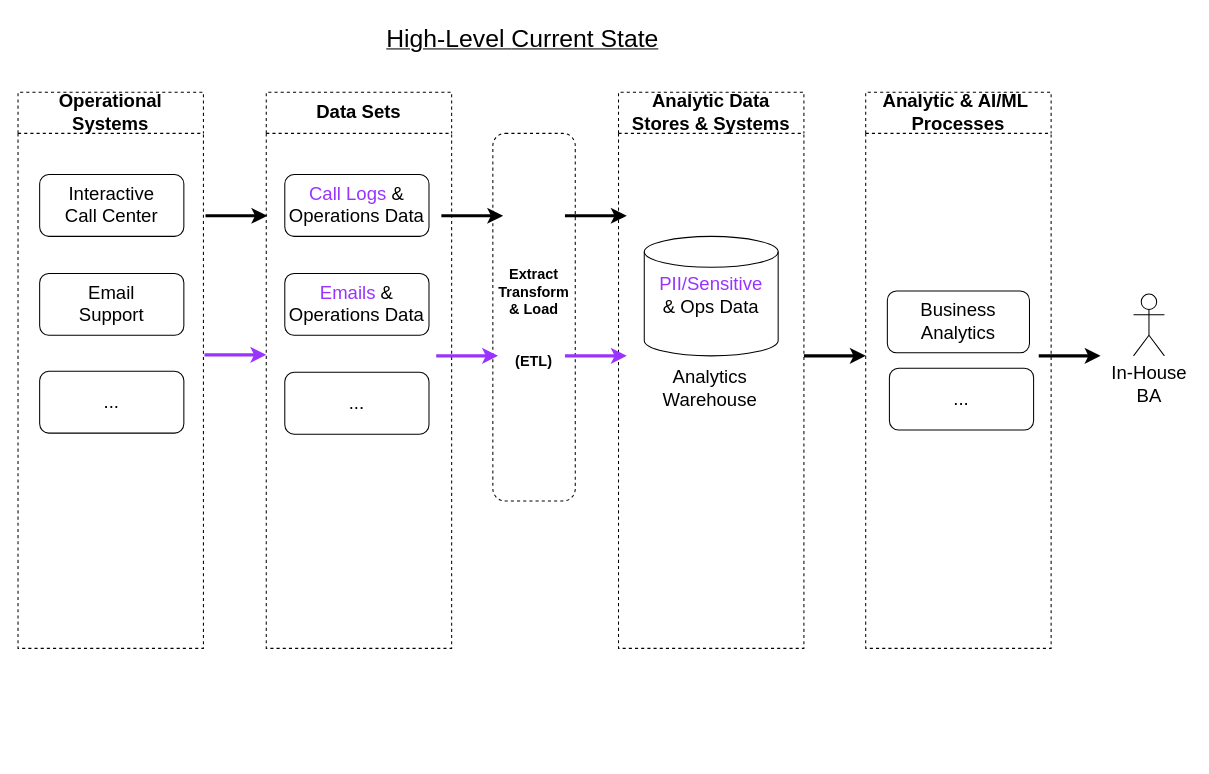
This is page "Current State" (3 of 7) of AB2 - 2022-12-04-v1.drawio from fotoby/ab3, a draw.io file, before an edit. Source tidied: cells renumbered, new cells numbered last; positions are measured from the earlier drawing's top-left corner, leaving out a move shared by most shapes. Both pictures are drawn from the tidied source at 103%, with x=0, y=0 at pixel (18, 18).
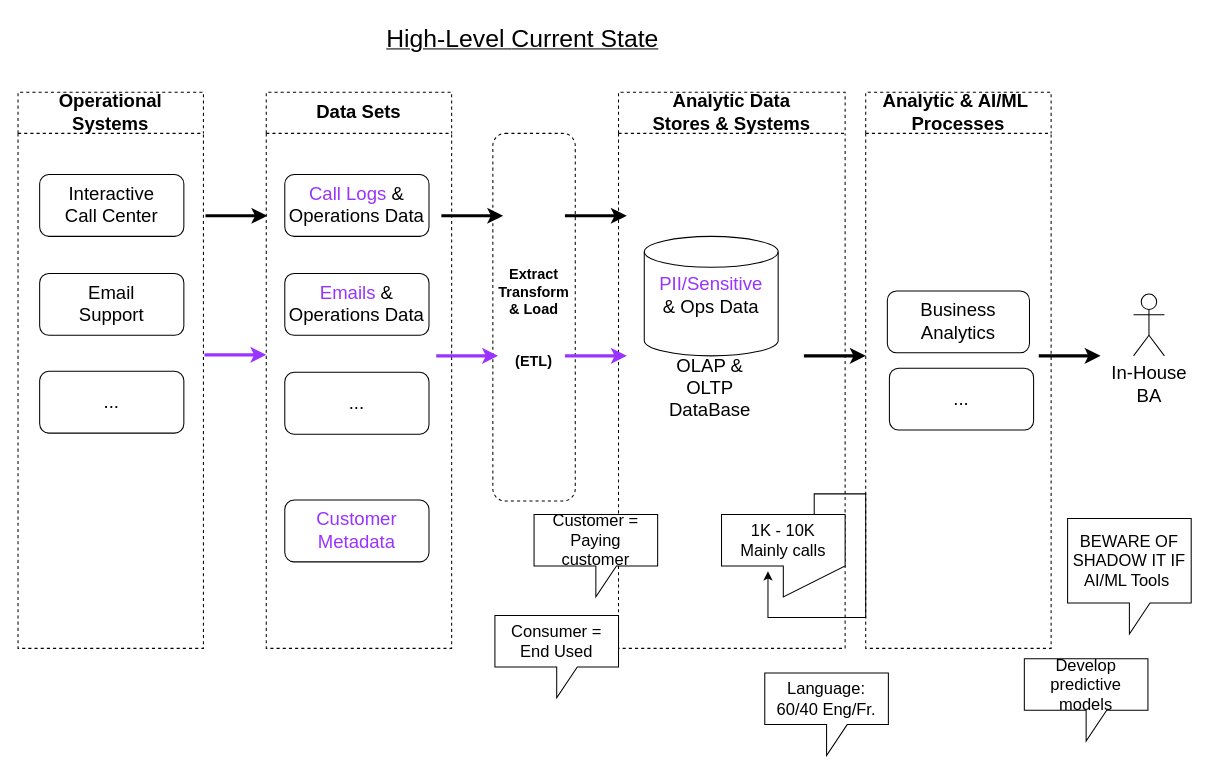
The same diagram, later.

The change refers to these unchanged cells:
```xml
<mxCell id="11" value="Data Sets" style="swimlane;whiteSpace=wrap;html=1;shadow=0;strokeColor=default;fontSize=18;startSize=40;dashed=1;" parent="1" vertex="1">
  <mxGeometry x="241" y="72" width="180" height="540" as="geometry" />
</mxCell>
```

What changed in the source:
```diff
@@
     <mxCell id="6" value="Analytic Data &lt;br&gt;Stores &amp;amp; Systems" style="swimlane;whiteSpace=wrap;html=1;shadow=0;strokeColor=default;fontSize=18;startSize=40;dashed=1;" parent="1" vertex="1">
-      <mxGeometry x="583" y="72" width="180" height="540" as="geometry" />
+      <mxGeometry x="583" y="72" width="220" height="540" as="geometry" />
     </mxCell>
@@
+    <mxCell id="29" value="1K - 10K&lt;br&gt;Mainly calls" style="shape=callout;whiteSpace=wrap;html=1;perimeter=calloutPerimeter;fontSize=16;base=120;" parent="6" vertex="1">
+      <mxGeometry x="100" y="410" width="120" height="80" as="geometry" />
+    </mxCell>
+    <mxCell id="30" style="edgeStyle=orthogonalEdgeStyle;rounded=0;orthogonalLoop=1;jettySize=auto;html=1;exitX=0.75;exitY=0;exitDx=0;exitDy=0;exitPerimeter=0;entryX=0.376;entryY=0.69;entryDx=0;entryDy=0;entryPerimeter=0;fontSize=16;" parent="6" edge="1" source="29" target="29">
+      <mxGeometry relative="1" as="geometry" />
+    </mxCell>
@@
+    <mxCell id="31" value="&lt;font color=&quot;#9933ff&quot;&gt;Customer Metadata&lt;/font&gt;" style="rounded=1;whiteSpace=wrap;html=1;shadow=0;strokeColor=default;fontSize=18;" parent="11" vertex="1">
+      <mxGeometry x="18" y="396" width="140" height="60" as="geometry" />
+    </mxCell>
@@
-    <mxCell id="18" value="Analytics&lt;br&gt;Warehouse" style="text;html=1;strokeColor=none;fillColor=none;align=center;verticalAlign=middle;whiteSpace=wrap;rounded=0;shadow=0;labelBorderColor=none;fontSize=18;fontColor=#000000;" parent="1" vertex="1">
+    <mxCell id="18" value="OLAP &amp;amp; OLTP DataBase" style="text;html=1;strokeColor=none;fillColor=none;align=center;verticalAlign=middle;whiteSpace=wrap;rounded=0;shadow=0;labelBorderColor=none;fontSize=18;fontColor=#000000;" parent="1" vertex="1">
       <mxGeometry x="642" y="345" width="60" height="30" as="geometry" />
     </mxCell>
@@
+    <mxCell id="32" value="Customer = Paying customer" style="shape=callout;whiteSpace=wrap;html=1;perimeter=calloutPerimeter;fontSize=16;" parent="1" vertex="1">
+      <mxGeometry x="501" y="482" width="120" height="80" as="geometry" />
+    </mxCell>
+    <mxCell id="33" value="Consumer = End Used" style="shape=callout;whiteSpace=wrap;html=1;perimeter=calloutPerimeter;fontSize=16;" parent="1" vertex="1">
+      <mxGeometry x="463" y="580" width="120" height="80" as="geometry" />
+    </mxCell>
+    <mxCell id="34" value="Language: 60/40 Eng/Fr." style="shape=callout;whiteSpace=wrap;html=1;perimeter=calloutPerimeter;fontSize=16;" parent="1" vertex="1">
+      <mxGeometry x="725" y="636" width="120" height="80" as="geometry" />
+    </mxCell>
+    <mxCell id="35" value="Develop predictive models" style="shape=callout;whiteSpace=wrap;html=1;perimeter=calloutPerimeter;fontSize=16;" parent="1" vertex="1">
+      <mxGeometry x="977" y="622" width="120" height="80" as="geometry" />
+    </mxCell>
+    <mxCell id="36" value="BEWARE OF SHADOW IT IF AI/ML Tools&amp;nbsp;" style="shape=callout;whiteSpace=wrap;html=1;perimeter=calloutPerimeter;fontSize=16;" parent="1" vertex="1">
+      <mxGeometry x="1019" y="486" width="120" height="112" as="geometry" />
+    </mxCell>
```
